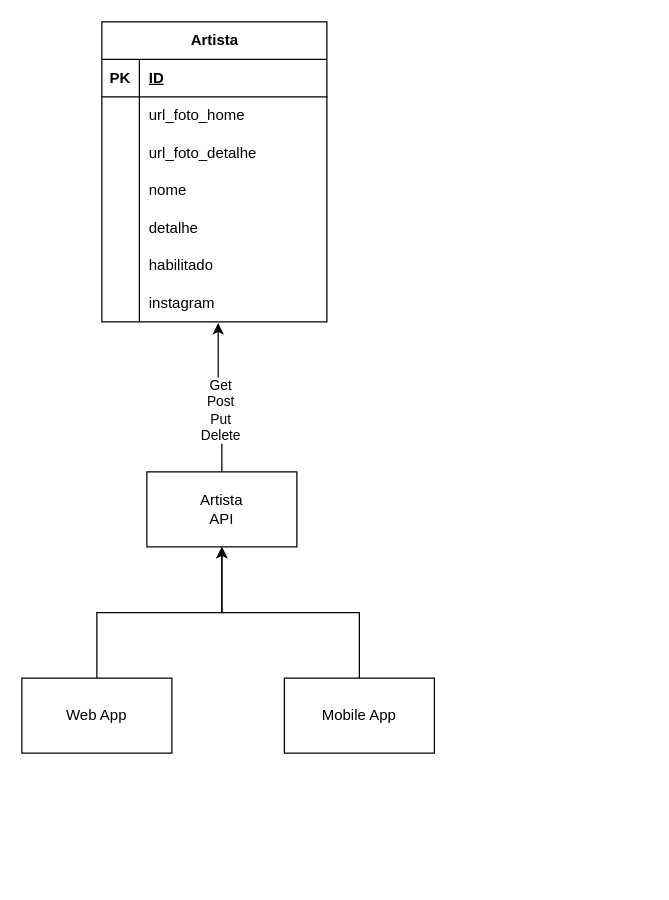
The draw.io diagram desenho-app.drawio in icaroclaro/bordoes-api, before the edit. Source tidied: cells renumbered, new cells numbered last; positions are measured from the earlier drawing's top-left corner, leaving out a move shared by most shapes. Both pictures are drawn from the tidied source at 125%, with x=0, y=0 at pixel (21, 21).
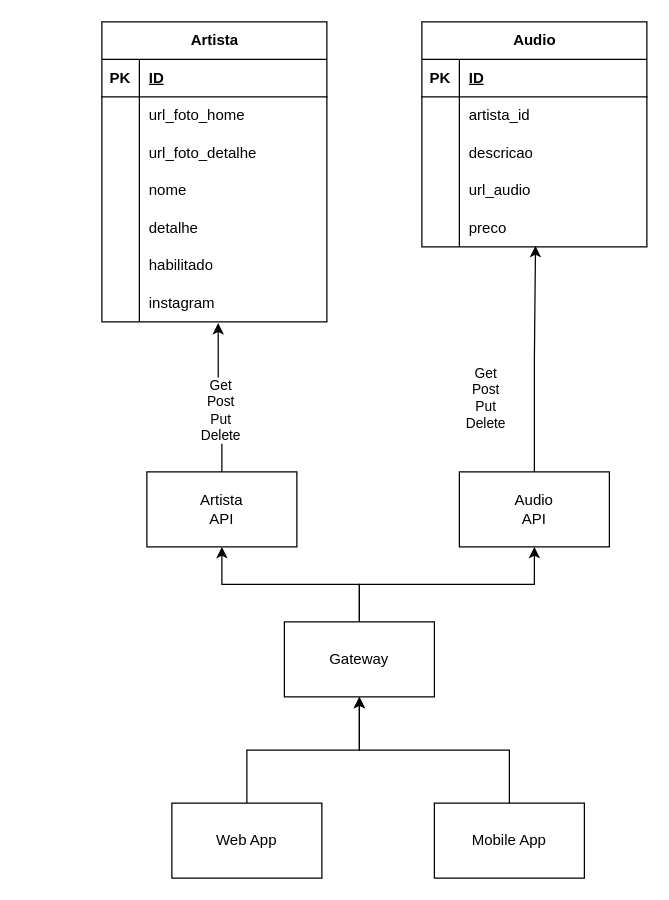
Above is the later version.

Commit message:
add audio api

Unchanged cells that the change refers to:
```xml
<mxCell id="4" value="Artista&lt;br&gt;API" style="rounded=0;whiteSpace=wrap;html=1;" parent="1" vertex="1">
  <mxGeometry x="100" y="360" width="120" height="60" as="geometry" />
</mxCell>
```

The edit, as a diff of the source:
```diff
@@
-    <mxCell id="27" style="edgeStyle=orthogonalEdgeStyle;rounded=0;jettySize=auto;html=1;exitX=0.5;exitY=0;exitDx=0;exitDy=0;entryX=0.5;entryY=1;entryDx=0;entryDy=0;" parent="1" edge="1" source="28" target="4">
+    <mxCell id="27" style="edgeStyle=orthogonalEdgeStyle;rounded=0;jettySize=auto;html=1;exitX=0.5;exitY=0;exitDx=0;exitDy=0;entryX=0.5;entryY=1;entryDx=0;entryDy=0;" parent="1" edge="1" source="28" target="52">
       <mxGeometry relative="1" as="geometry" />
     </mxCell>
     <mxCell id="28" value="Mobile App" style="rounded=0;whiteSpace=wrap;html=1;" parent="1" vertex="1">
-      <mxGeometry x="210" y="525" width="120" height="60" as="geometry" />
+      <mxGeometry x="330" y="625" width="120" height="60" as="geometry" />
     </mxCell>
-    <mxCell id="29" style="edgeStyle=orthogonalEdgeStyle;rounded=0;jettySize=auto;html=1;exitX=0.5;exitY=0;exitDx=0;exitDy=0;entryX=0.5;entryY=1;entryDx=0;entryDy=0;" parent="1" edge="1" source="30" target="4">
+    <mxCell id="29" style="edgeStyle=orthogonalEdgeStyle;rounded=0;jettySize=auto;html=1;exitX=0.5;exitY=0;exitDx=0;exitDy=0;" parent="1" edge="1" source="30" target="52">
       <mxGeometry relative="1" as="geometry" />
     </mxCell>
     <mxCell id="30" value="Web App" style="rounded=0;whiteSpace=wrap;html=1;" parent="1" vertex="1">
-      <mxGeometry y="525" width="120" height="60" as="geometry" />
+      <mxGeometry x="120" y="625" width="120" height="60" as="geometry" />
     </mxCell>
+    <mxCell id="31" style="edgeStyle=orthogonalEdgeStyle;rounded=0;jettySize=auto;html=1;exitX=0.5;exitY=0;exitDx=0;exitDy=0;entryX=0.505;entryY=0.975;entryDx=0;entryDy=0;entryPerimeter=0;" parent="1" edge="1" source="32" target="47">
+      <mxGeometry relative="1" as="geometry" />
+    </mxCell>
+    <mxCell id="32" value="Audio&lt;br&gt;API" style="rounded=0;whiteSpace=wrap;html=1;" parent="1" vertex="1">
+      <mxGeometry x="350" y="360" width="120" height="60" as="geometry" />
+    </mxCell>
+    <mxCell id="33" value="Get&lt;br&gt;Post&lt;br&gt;Put&lt;br&gt;Delete" style="edgeLabel;html=1;align=center;verticalAlign=middle;" parent="1" vertex="1">
+      <mxGeometry x="370" y="300" as="geometry" />
+    </mxCell>
+    <mxCell id="34" value="Audio" style="shape=table;startSize=30;childLayout=tableLayout;rowLines=0;fontStyle=1;align=center;html=1;" parent="1" vertex="1">
+      <mxGeometry x="320" width="180" height="180" as="geometry" />
+    </mxCell>
+    <mxCell id="35" style="shape=tableRow;horizontal=0;startSize=0;swimlaneHead=0;swimlaneBody=0;fillColor=none;top=0;left=0;right=0;bottom=1;" parent="34" vertex="1">
+      <mxGeometry y="30" width="180" height="30" as="geometry" />
+    </mxCell>
+    <mxCell id="36" value="PK" style="shape=partialRectangle;fillColor=none;top=0;left=0;bottom=0;right=0;fontStyle=1;overflow=hidden;whiteSpace=wrap;html=1;" parent="35" vertex="1">
+      <mxGeometry width="30" height="30" as="geometry" />
+    </mxCell>
+    <mxCell id="37" value="ID" style="shape=partialRectangle;fillColor=none;top=0;left=0;bottom=0;right=0;align=left;spacingLeft=6;fontStyle=5;overflow=hidden;whiteSpace=wrap;html=1;" parent="35" vertex="1">
+      <mxGeometry x="30" width="150" height="30" as="geometry" />
+    </mxCell>
+    <mxCell id="38" style="shape=tableRow;horizontal=0;startSize=0;swimlaneHead=0;swimlaneBody=0;fillColor=none;top=0;left=0;right=0;bottom=0;" parent="34" vertex="1">
+      <mxGeometry y="60" width="180" height="30" as="geometry" />
+    </mxCell>
+    <mxCell id="39" style="shape=partialRectangle;fillColor=none;top=0;left=0;bottom=0;right=0;overflow=hidden;whiteSpace=wrap;html=1;" parent="38" vertex="1">
+      <mxGeometry width="30" height="30" as="geometry" />
+    </mxCell>
+    <mxCell id="40" value="artista_id" style="shape=partialRectangle;fillColor=none;top=0;left=0;bottom=0;right=0;align=left;spacingLeft=6;overflow=hidden;whiteSpace=wrap;html=1;" parent="38" vertex="1">
+      <mxGeometry x="30" width="150" height="30" as="geometry" />
+    </mxCell>
+    <mxCell id="41" style="shape=tableRow;horizontal=0;startSize=0;swimlaneHead=0;swimlaneBody=0;fillColor=none;top=0;left=0;right=0;bottom=0;" parent="34" vertex="1">
+      <mxGeometry y="90" width="180" height="30" as="geometry" />
+    </mxCell>
+    <mxCell id="42" style="shape=partialRectangle;fillColor=none;top=0;left=0;bottom=0;right=0;overflow=hidden;whiteSpace=wrap;html=1;" parent="41" vertex="1">
+      <mxGeometry width="30" height="30" as="geometry" />
+    </mxCell>
+    <mxCell id="43" value="descricao" style="shape=partialRectangle;fillColor=none;top=0;left=0;bottom=0;right=0;align=left;spacingLeft=6;overflow=hidden;whiteSpace=wrap;html=1;" parent="41" vertex="1">
+      <mxGeometry x="30" width="150" height="30" as="geometry" />
+    </mxCell>
+    <mxCell id="44" style="shape=tableRow;horizontal=0;startSize=0;swimlaneHead=0;swimlaneBody=0;fillColor=none;top=0;left=0;right=0;bottom=0;" parent="34" vertex="1">
+      <mxGeometry y="120" width="180" height="30" as="geometry" />
+    </mxCell>
+    <mxCell id="45" style="shape=partialRectangle;fillColor=none;top=0;left=0;bottom=0;right=0;overflow=hidden;whiteSpace=wrap;html=1;" parent="44" vertex="1">
+      <mxGeometry width="30" height="30" as="geometry" />
+    </mxCell>
+    <mxCell id="46" value="url_audio" style="shape=partialRectangle;fillColor=none;top=0;left=0;bottom=0;right=0;align=left;spacingLeft=6;overflow=hidden;whiteSpace=wrap;html=1;" parent="44" vertex="1">
+      <mxGeometry x="30" width="150" height="30" as="geometry" />
+    </mxCell>
+    <mxCell id="47" style="shape=tableRow;horizontal=0;startSize=0;swimlaneHead=0;swimlaneBody=0;fillColor=none;points=[[0,0.5],[1,0.5]];portConstraint=eastwest;top=0;left=0;right=0;bottom=0;" parent="34" vertex="1">
+      <mxGeometry y="150" width="180" height="30" as="geometry" />
+    </mxCell>
+    <mxCell id="48" style="shape=partialRectangle;fillColor=none;top=0;left=0;bottom=0;right=0;overflow=hidden;whiteSpace=wrap;html=1;" parent="47" vertex="1">
+      <mxGeometry width="30" height="30" as="geometry" />
+    </mxCell>
+    <mxCell id="49" value="preco" style="shape=partialRectangle;fillColor=none;top=0;left=0;bottom=0;right=0;align=left;spacingLeft=6;overflow=hidden;whiteSpace=wrap;html=1;" parent="47" vertex="1">
+      <mxGeometry x="30" width="150" height="30" as="geometry" />
+    </mxCell>
+    <mxCell id="50" style="edgeStyle=orthogonalEdgeStyle;rounded=0;jettySize=auto;html=1;exitX=0.5;exitY=0;exitDx=0;exitDy=0;entryX=0.5;entryY=1;entryDx=0;entryDy=0;" parent="1" edge="1" source="52" target="4">
+      <mxGeometry relative="1" as="geometry" />
+    </mxCell>
+    <mxCell id="51" style="edgeStyle=orthogonalEdgeStyle;rounded=0;jettySize=auto;html=1;exitX=0.5;exitY=0;exitDx=0;exitDy=0;entryX=0.5;entryY=1;entryDx=0;entryDy=0;" parent="1" edge="1" source="52" target="32">
+      <mxGeometry relative="1" as="geometry" />
+    </mxCell>
+    <mxCell id="52" value="Gateway" style="rounded=0;whiteSpace=wrap;html=1;" parent="1" vertex="1">
+      <mxGeometry x="210" y="480" width="120" height="60" as="geometry" />
+    </mxCell>
```
